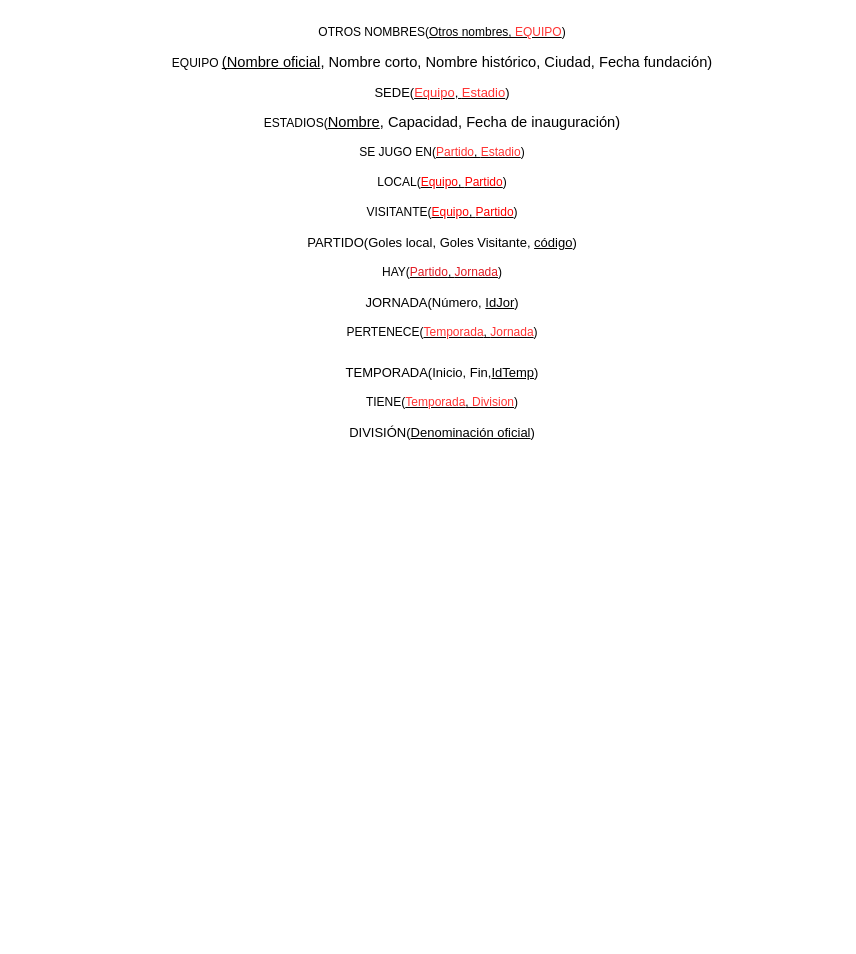
Practicass/Practica1_LigaFutbol keeps this draw.io diagram as draws/EsquemaRelacional.drawio. Above is the earlier version. Source tidied: cells renumbered, new cells numbered last; positions are measured from the earlier drawing's top-left corner, leaving out a move shared by most shapes. Both pictures are drawn from the tidied source at 100%, with x=0, y=0 at pixel (72, 17).
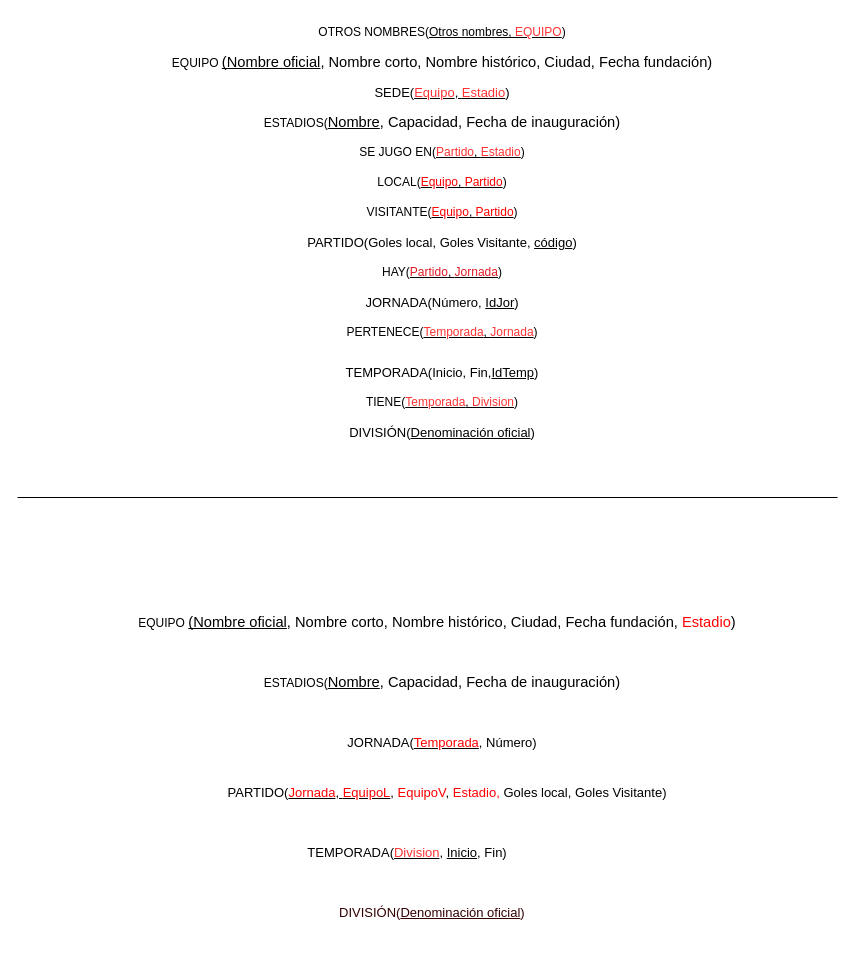
After the change.

What changed in the source:
```diff
@@
+    <mxCell id="16" value="EQUIPO &lt;span style=&quot;font-size: 11pt; font-family: Arial; color: rgb(0, 0, 0); background-color: transparent; font-weight: 400; font-style: normal; font-variant: normal; text-decoration: underline; text-decoration-skip-ink: none; vertical-align: baseline;&quot;&gt;(Nombre oficial&lt;/span&gt;&lt;span style=&quot;font-size: 11pt; font-family: Arial; color: rgb(0, 0, 0); background-color: transparent; font-weight: 400; font-style: normal; font-variant: normal; text-decoration: none; vertical-align: baseline;&quot;&gt;, Nombre corto, Nombre histórico, Ciudad, Fecha fundación, &lt;font color=&quot;#FF0000&quot;&gt;Estadio&lt;/font&gt;)&lt;/span&gt;" style="text;html=1;strokeColor=none;fillColor=none;align=center;verticalAlign=middle;whiteSpace=wrap;rounded=0;" parent="1" vertex="1">
+      <mxGeometry x="-5" y="590" width="740" height="30" as="geometry" />
+    </mxCell>
+    <mxCell id="17" style="endArrow=none;html=1;rounded=0;" parent="1" edge="1">
+      <mxGeometry relative="1" as="geometry">
+        <mxPoint x="-55" y="480" as="sourcePoint" />
+        <mxPoint x="765" y="480" as="targetPoint" />
+      </mxGeometry>
+    </mxCell>
+    <mxCell id="18" value="&lt;p id=&quot;docs-internal-guid-b29137fc-7fff-e210-7a7c-c94be5e26367&quot; style=&quot;line-height: 1.38; margin-top: 0pt; margin-bottom: 0pt; font-size: 13px;&quot; dir=&quot;ltr&quot;&gt;&lt;font style=&quot;font-size: 13px;&quot;&gt;PARTIDO(&lt;u&gt;&lt;font color=&quot;#FF0000&quot;&gt;Jornada&lt;/font&gt;, &lt;font color=&quot;#FF0000&quot;&gt;EquipoL&lt;/font&gt;,&lt;/u&gt;&lt;font color=&quot;#FF0000&quot;&gt; EquipoV&lt;/font&gt;&lt;/font&gt;&lt;font style=&quot;font-size: 13px;&quot;&gt;, &lt;/font&gt;&lt;font style=&quot;font-size: 13px;&quot;&gt;&lt;font color=&quot;#FF0000&quot;&gt;Estadio&lt;/font&gt;&lt;u&gt;&lt;font color=&quot;#FF0000&quot;&gt;,&lt;/font&gt;&lt;/u&gt;&lt;font color=&quot;#FF0000&quot;&gt; &lt;/font&gt;&lt;/font&gt;&lt;font style=&quot;font-size: 13px;&quot;&gt;Goles local, Goles Visitante)&lt;/font&gt;&lt;/p&gt;&lt;p id=&quot;docs-internal-guid-ae7be185-7fff-9508-fb25-8bbcf56c84a8&quot; style=&quot;line-height: 1.38; margin-top: 0pt; margin-bottom: 0pt; font-size: 13px;&quot; dir=&quot;ltr&quot;&gt;&lt;/p&gt;" style="text;html=1;strokeColor=none;fillColor=none;align=center;verticalAlign=middle;whiteSpace=wrap;rounded=0;" parent="1" vertex="1">
+      <mxGeometry x="5" y="760" width="740" height="30" as="geometry" />
+    </mxCell>
+    <mxCell id="19" value="&lt;p id=&quot;docs-internal-guid-ae7be185-7fff-9508-fb25-8bbcf56c84a8&quot; style=&quot;line-height:1.38;margin-top:0pt;margin-bottom:0pt;&quot; dir=&quot;ltr&quot;&gt;ESTADIOS(&lt;span style=&quot;font-size: 11pt; font-family: Arial; color: rgb(0, 0, 0); background-color: transparent; font-weight: 400; font-style: normal; font-variant: normal; text-decoration: underline; text-decoration-skip-ink: none; vertical-align: baseline;&quot;&gt;Nombre&lt;/span&gt;&lt;span style=&quot;font-size: 11pt; font-family: Arial; color: rgb(0, 0, 0); background-color: transparent; font-weight: 400; font-style: normal; font-variant: normal; text-decoration: none; vertical-align: baseline;&quot;&gt;, Capacidad, Fecha de inauguración)&lt;/span&gt;&lt;/p&gt;" style="text;html=1;strokeColor=none;fillColor=none;align=center;verticalAlign=middle;whiteSpace=wrap;rounded=0;" parent="1" vertex="1">
+      <mxGeometry y="650" width="740" height="30" as="geometry" />
+    </mxCell>
+    <mxCell id="20" value="&lt;p id=&quot;docs-internal-guid-d062ec6a-7fff-5ad4-b682-37d9f37c2bd6&quot; style=&quot;line-height: 1.38; margin-top: 0pt; margin-bottom: 0pt; font-size: 13px;&quot; dir=&quot;ltr&quot;&gt;JORNADA(&lt;u&gt;&lt;font color=&quot;#FF0000&quot;&gt;Temporada&lt;/font&gt;&lt;/u&gt;, Número)&lt;/p&gt;&lt;p id=&quot;docs-internal-guid-b29137fc-7fff-e210-7a7c-c94be5e26367&quot; style=&quot;line-height:1.38;margin-top:0pt;margin-bottom:0pt;&quot; dir=&quot;ltr&quot;&gt;&lt;/p&gt;&lt;p id=&quot;docs-internal-guid-ae7be185-7fff-9508-fb25-8bbcf56c84a8&quot; style=&quot;line-height:1.38;margin-top:0pt;margin-bottom:0pt;&quot; dir=&quot;ltr&quot;&gt;&lt;/p&gt;" style="text;html=1;strokeColor=none;fillColor=none;align=center;verticalAlign=middle;whiteSpace=wrap;rounded=0;" parent="1" vertex="1">
+      <mxGeometry y="710" width="740" height="30" as="geometry" />
+    </mxCell>
+    <mxCell id="21" value="&lt;p id=&quot;docs-internal-guid-06d0baa3-7fff-bc2a-16c3-9cde62015013&quot; style=&quot;line-height: 1.38; margin-top: 0pt; margin-bottom: 0pt; font-size: 13px;&quot; dir=&quot;ltr&quot;&gt;TEMPORADA(&lt;u&gt;&lt;font color=&quot;#FF3333&quot;&gt;Division&lt;/font&gt;&lt;/u&gt;, &lt;u&gt;&lt;span style=&quot;font-family: Arial; color: rgb(0, 0, 0); background-color: transparent; font-style: normal; font-variant: normal; text-decoration-skip-ink: none; vertical-align: baseline;&quot;&gt;Inicio&lt;/span&gt;&lt;/u&gt;&lt;span style=&quot;font-family: Arial; color: rgb(0, 0, 0); background-color: transparent; font-style: normal; font-variant: normal; text-decoration: none; vertical-align: baseline;&quot;&gt;, Fin)&lt;/span&gt;&lt;/p&gt;&lt;p id=&quot;docs-internal-guid-d062ec6a-7fff-5ad4-b682-37d9f37c2bd6&quot; style=&quot;line-height:1.38;margin-top:0pt;margin-bottom:0pt;&quot; dir=&quot;ltr&quot;&gt;&lt;/p&gt;&lt;p id=&quot;docs-internal-guid-b29137fc-7fff-e210-7a7c-c94be5e26367&quot; style=&quot;line-height:1.38;margin-top:0pt;margin-bottom:0pt;&quot; dir=&quot;ltr&quot;&gt;&lt;/p&gt;&lt;p id=&quot;docs-internal-guid-ae7be185-7fff-9508-fb25-8bbcf56c84a8&quot; style=&quot;line-height:1.38;margin-top:0pt;margin-bottom:0pt;&quot; dir=&quot;ltr&quot;&gt;&lt;/p&gt;" style="text;html=1;strokeColor=none;fillColor=none;align=center;verticalAlign=middle;whiteSpace=wrap;rounded=0;" parent="1" vertex="1">
+      <mxGeometry x="-35" y="820" width="740" height="30" as="geometry" />
+    </mxCell>
+    <mxCell id="22" value="&lt;p id=&quot;docs-internal-guid-3562eadd-7fff-00f9-283a-577bf8721a5b&quot; style=&quot;line-height: 1.38; margin-top: 0pt; margin-bottom: 0pt; font-size: 13px;&quot; dir=&quot;ltr&quot;&gt;&lt;font style=&quot;font-size: 13px;&quot; color=&quot;#330000&quot;&gt;DIVISIÓN(&lt;u&gt;Denominación oficial&lt;/u&gt;)&lt;/font&gt;&lt;/p&gt;" style="text;whiteSpace=wrap;html=1;fontColor=#FF3333;" parent="1" vertex="1">
+      <mxGeometry x="265" y="880" width="220" height="40" as="geometry" />
+    </mxCell>
```
